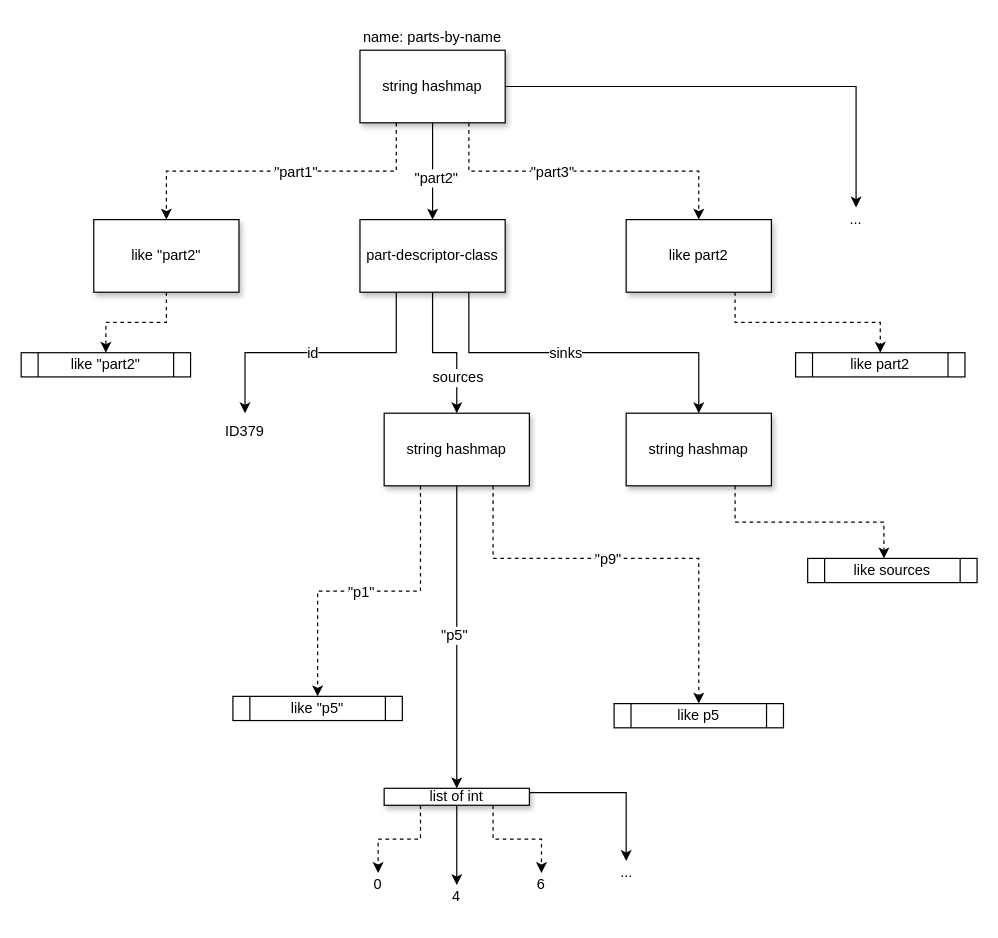
Earlier version of the draw.io diagram docs/js emitter hashtables.drawio (bmfbp/bmfbp). Source tidied: cells renumbered, new cells numbered last; positions are measured from the earlier drawing's top-left corner, leaving out a move shared by most shapes. Both pictures are drawn from the tidied source at 121%, with x=0, y=0 at pixel (21, 25).
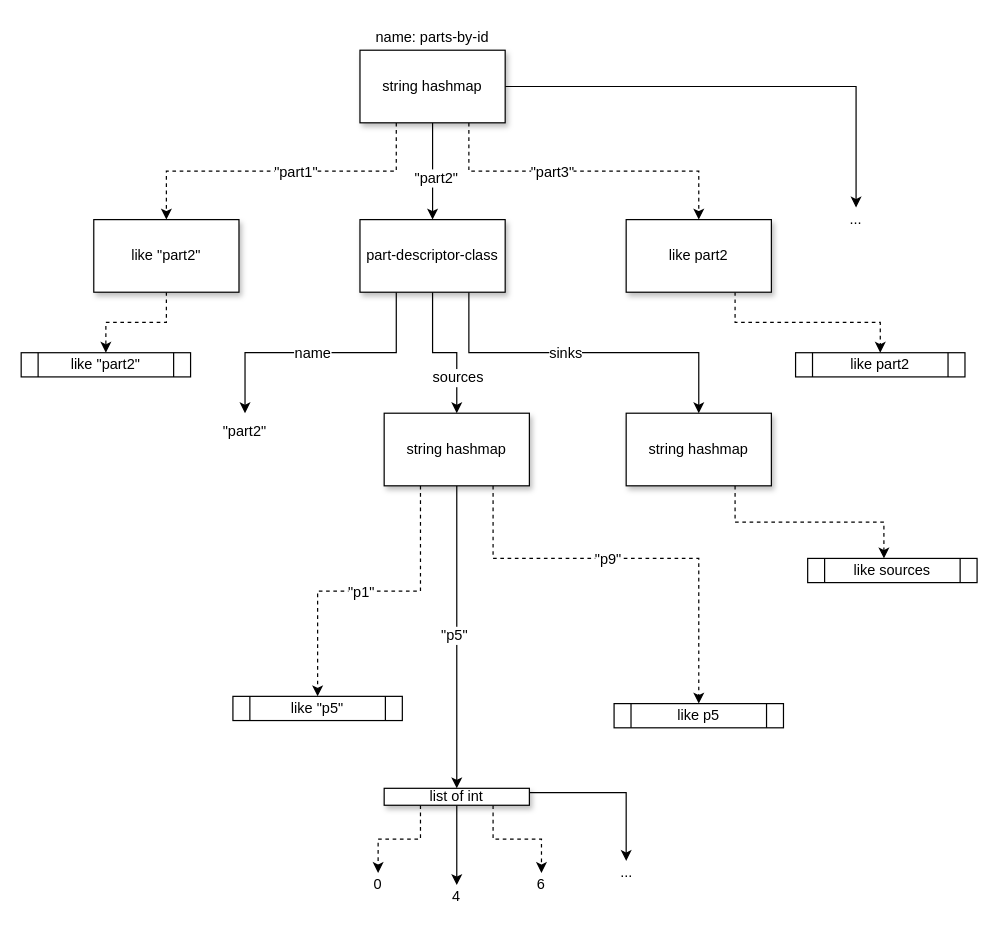
After the change.

Commit message (it also covers changes not shown here):
changed parts-by-name to parts-by-id, need unique ids when partKinds appear more than once

Unchanged cells that the change refers to:
```xml
<mxCell id="10" style="edgeStyle=orthogonalEdgeStyle;rounded=0;jettySize=auto;html=1;exitX=0.25;exitY=1;exitDx=0;exitDy=0;entryX=0.5;entryY=0;entryDx=0;entryDy=0;" parent="1" edge="1" source="16" target="21">
  <mxGeometry relative="1" as="geometry" />
</mxCell>
```

Change to the diagram source:
```diff
@@
-    <mxCell id="11" value="id" style="text;html=1;align=center;verticalAlign=middle;labelBackgroundColor=#ffffff;" parent="10" vertex="1">
+    <mxCell id="11" value="name" style="text;html=1;align=center;verticalAlign=middle;labelBackgroundColor=#ffffff;" parent="10" vertex="1">
       <mxGeometry x="0.07" relative="1" as="geometry" />
     </mxCell>
@@
-    <mxCell id="21" value="ID379" style="text;html=1;strokeColor=none;fillColor=none;align=center;verticalAlign=middle;whiteSpace=wrap;rounded=0;" parent="1" vertex="1">
+    <mxCell id="21" value="&quot;part2&quot;" style="text;html=1;strokeColor=none;fillColor=none;align=center;verticalAlign=middle;whiteSpace=wrap;rounded=0;" parent="1" vertex="1">
       <mxGeometry x="160" y="320" width="50" height="30" as="geometry" />
     </mxCell>
@@
-    <mxCell id="37" value="name: parts-by-name" style="text;html=1;strokeColor=none;fillColor=none;align=center;verticalAlign=middle;whiteSpace=wrap;rounded=0;shadow=1;" parent="1" vertex="1">
+    <mxCell id="37" value="name: parts-by-id" style="text;html=1;strokeColor=none;fillColor=none;align=center;verticalAlign=middle;whiteSpace=wrap;rounded=0;shadow=1;" parent="1" vertex="1">
       <mxGeometry x="280" width="120" height="20" as="geometry" />
     </mxCell>
```
